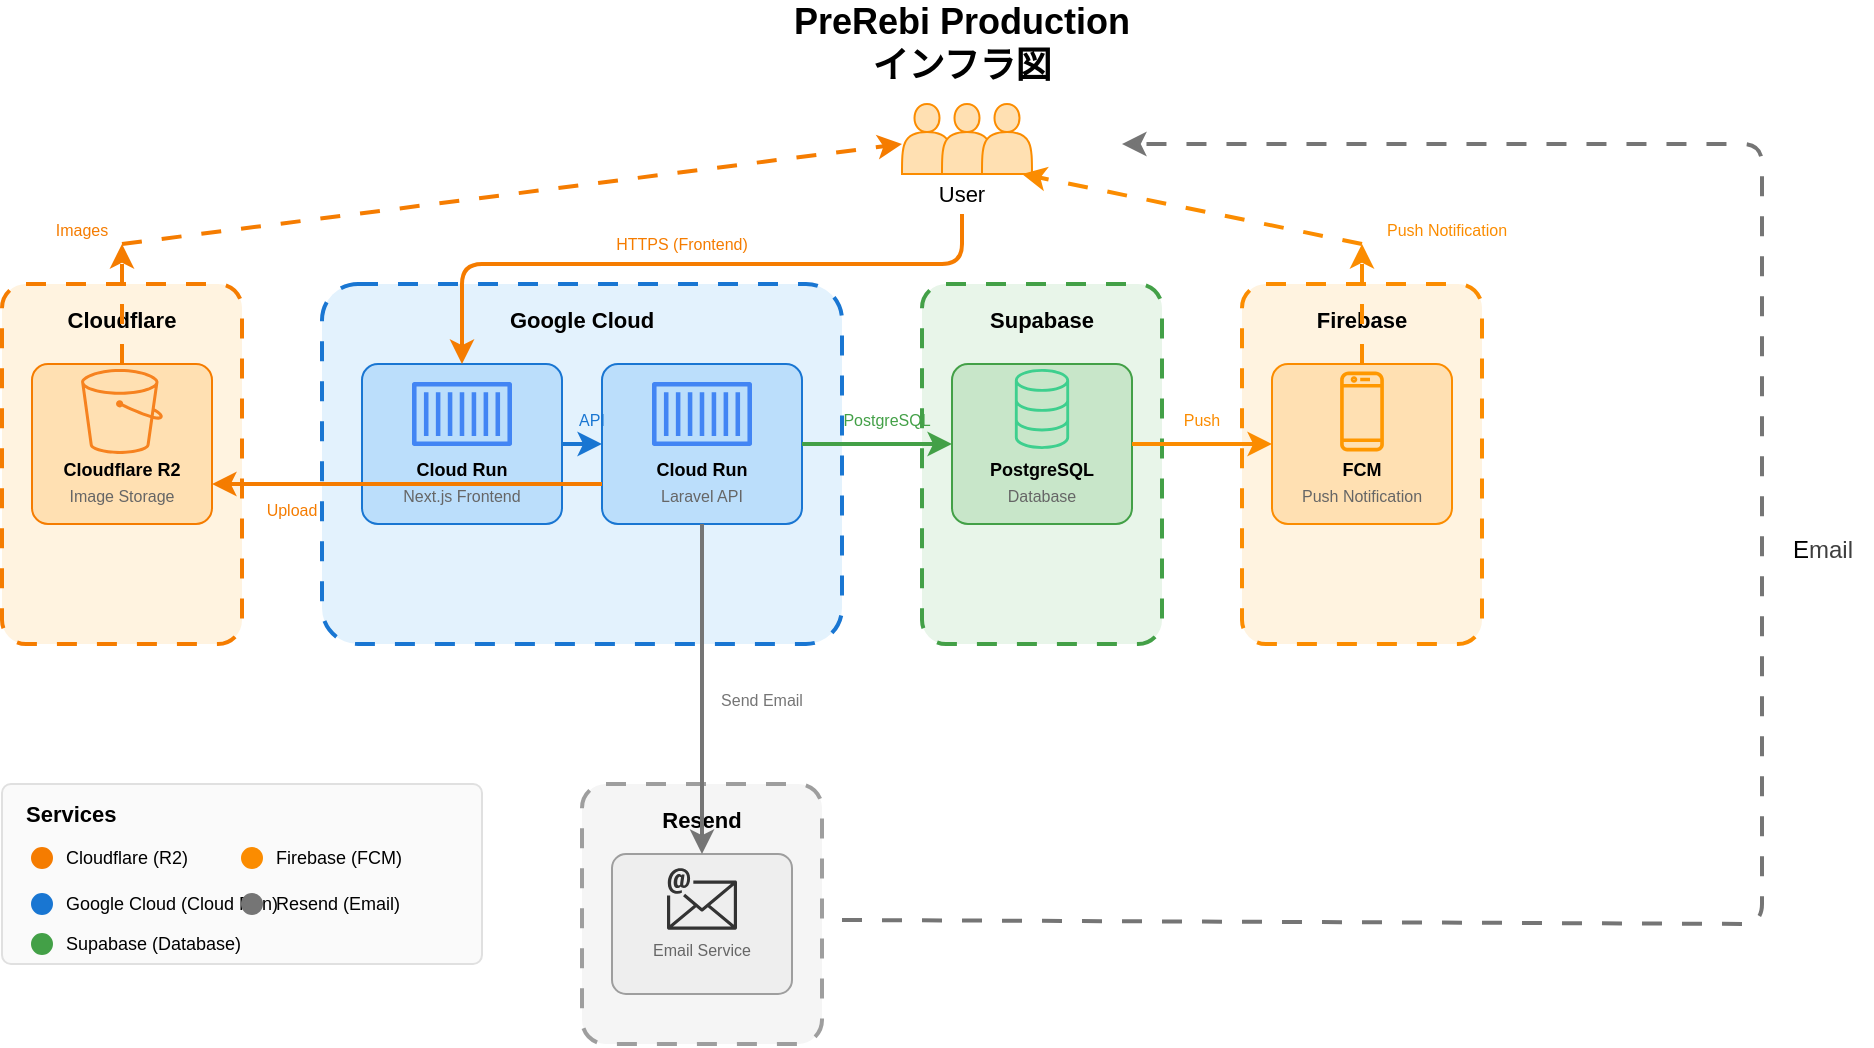
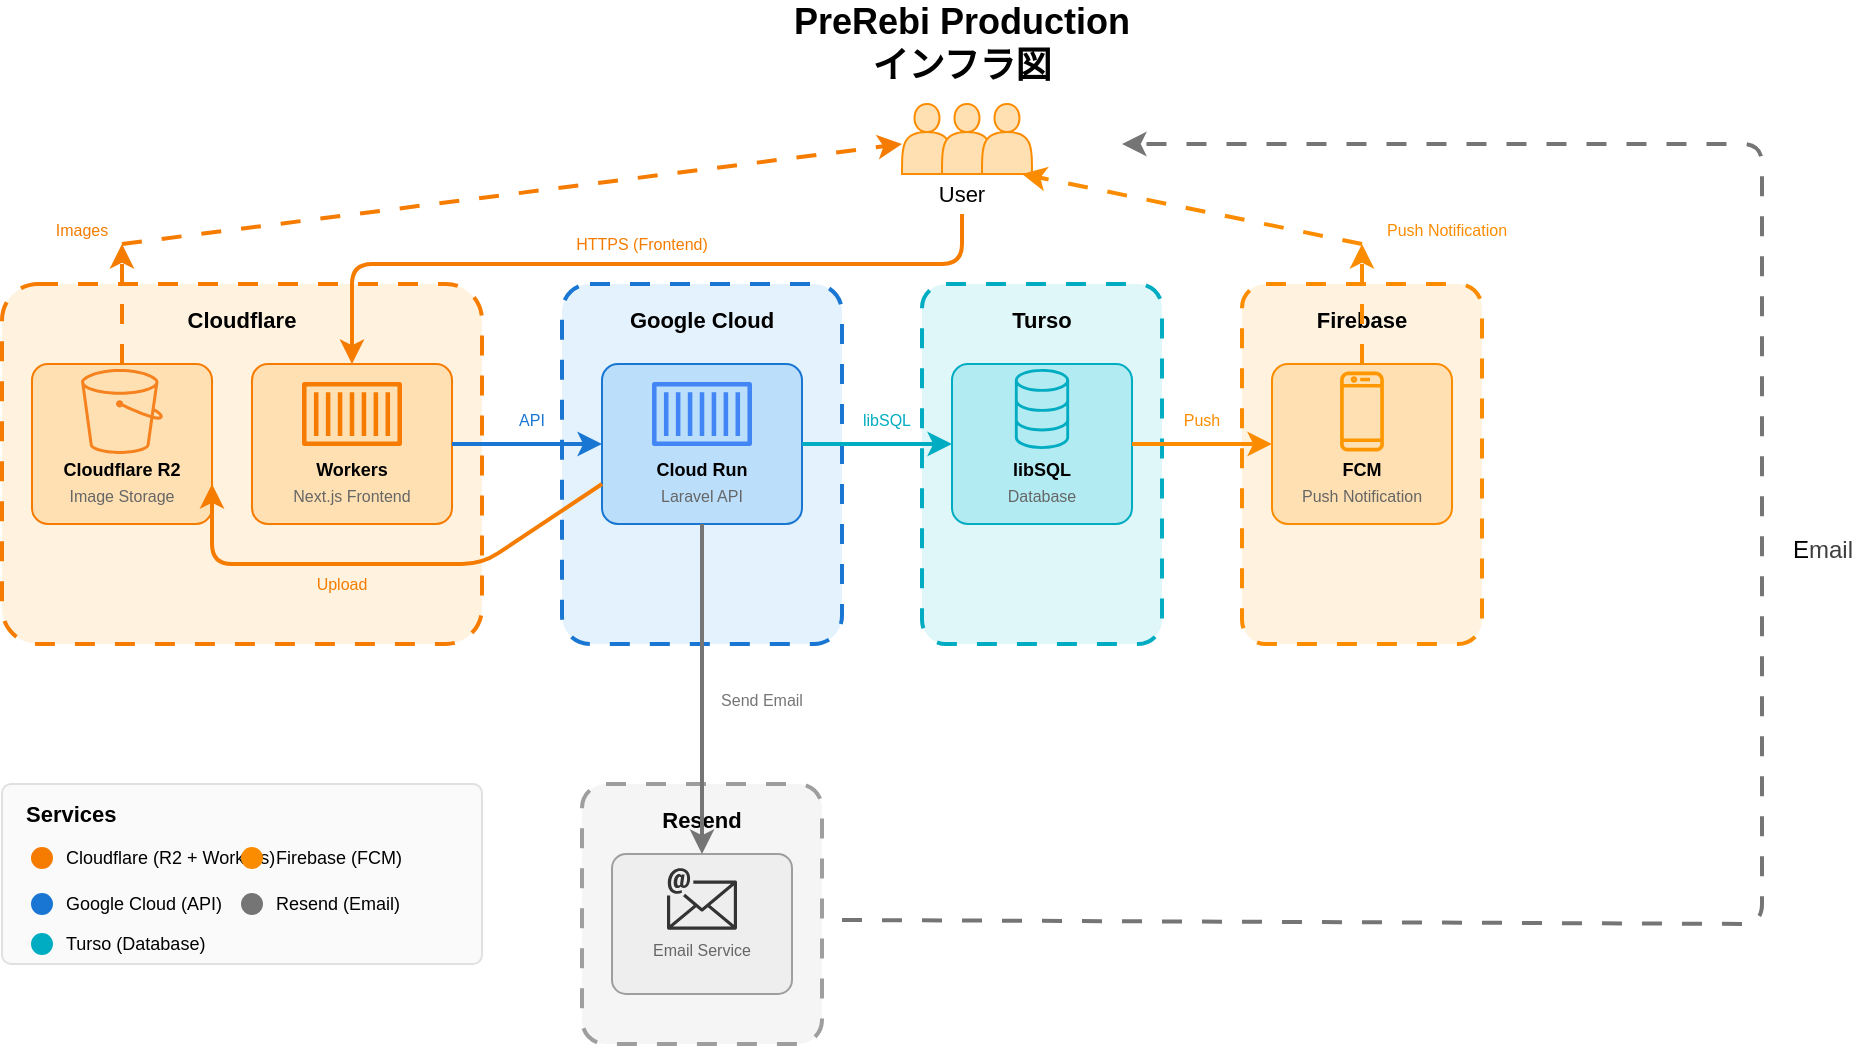
<mxfile host="65bd71144e">
    <diagram id="infra-diagram" name="本番インフラ図">
        <mxGraphModel dx="1551" dy="656" grid="1" gridSize="10" guides="1" tooltips="1" connect="1" arrows="1" fold="1" page="1" pageScale="1" pageWidth="1100" pageHeight="700" background="#ffffff" math="0" shadow="0">
            <root>
                <mxCell id="0"/>
                <mxCell id="1" parent="0"/>
                <mxCell id="title" value="PreRebi Production&#xa;インフラ図" style="text;html=1;strokeColor=none;fillColor=none;align=center;verticalAlign=middle;whiteSpace=wrap;rounded=0;fontSize=18;fontStyle=1;" parent="1" vertex="1">
                    <mxGeometry x="420" y="10" width="200" height="40" as="geometry"/>
                </mxCell>
                <mxCell id="user1" value="" style="shape=actor;whiteSpace=wrap;html=1;fillColor=#FFE0B2;strokeColor=#FB8C00;" vertex="1" parent="1">
                    <mxGeometry x="490" y="60" width="25" height="35" as="geometry"/>
                </mxCell>
                <mxCell id="user2" value="" style="shape=actor;whiteSpace=wrap;html=1;fillColor=#FFE0B2;strokeColor=#FB8C00;" vertex="1" parent="1">
                    <mxGeometry x="510" y="60" width="25" height="35" as="geometry"/>
                </mxCell>
                <mxCell id="user3" value="" style="shape=actor;whiteSpace=wrap;html=1;fillColor=#FFE0B2;strokeColor=#FB8C00;" vertex="1" parent="1">
                    <mxGeometry x="530" y="60" width="25" height="35" as="geometry"/>
                </mxCell>
                <mxCell id="user_label" value="User" style="text;html=1;strokeColor=none;fillColor=none;align=center;verticalAlign=middle;whiteSpace=wrap;rounded=0;fontSize=11;" parent="1" vertex="1">
                    <mxGeometry x="495" y="95" width="50" height="20" as="geometry"/>
                </mxCell>
                <mxCell id="cloudflare_boundary" value="Cloudflare" style="rounded=1;whiteSpace=wrap;html=1;fillColor=#FFF3E0;strokeColor=#F57C00;strokeWidth=2;dashed=1;dashPattern=5 5;verticalAlign=top;fontStyle=1;fontSize=11;spacingTop=5;arcSize=10;" parent="1" vertex="1">
-                     <mxGeometry x="40" y="150" width="120" height="180" as="geometry"/>
+                     <mxGeometry x="40" y="150" width="240" height="180" as="geometry"/>
                </mxCell>
                <mxCell id="r2_box" value="" style="rounded=1;whiteSpace=wrap;html=1;fillColor=#FFE0B2;strokeColor=#F57C00;arcSize=10;" vertex="1" parent="1">
                    <mxGeometry x="55" y="190" width="90" height="80" as="geometry"/>
                </mxCell>
                <mxCell id="r2_label1" value="Cloudflare R2" style="text;html=1;strokeColor=none;fillColor=none;align=center;verticalAlign=middle;whiteSpace=wrap;rounded=0;fontSize=9;fontStyle=1;" vertex="1" parent="1">
                    <mxGeometry x="55" y="235" width="90" height="15" as="geometry"/>
                </mxCell>
                <mxCell id="r2_label2" value="Image Storage" style="text;html=1;strokeColor=none;fillColor=none;align=center;verticalAlign=middle;whiteSpace=wrap;rounded=0;fontSize=8;fontColor=#666666;" vertex="1" parent="1">
                    <mxGeometry x="55" y="248" width="90" height="15" as="geometry"/>
                </mxCell>
+                 <mxCell id="next_box" value="" style="rounded=1;whiteSpace=wrap;html=1;fillColor=#FFE0B2;strokeColor=#F57C00;arcSize=10;" vertex="1" parent="1">
+                     <mxGeometry x="165" y="190" width="100" height="80" as="geometry"/>
+                 </mxCell>
+                 <mxCell id="next_label1" value="Workers" style="text;html=1;strokeColor=none;fillColor=none;align=center;verticalAlign=middle;whiteSpace=wrap;rounded=0;fontSize=9;fontStyle=1;" vertex="1" parent="1">
+                     <mxGeometry x="165" y="235" width="100" height="15" as="geometry"/>
+                 </mxCell>
+                 <mxCell id="next_label2" value="Next.js Frontend" style="text;html=1;strokeColor=none;fillColor=none;align=center;verticalAlign=middle;whiteSpace=wrap;rounded=0;fontSize=8;fontColor=#666666;" vertex="1" parent="1">
+                     <mxGeometry x="165" y="248" width="100" height="15" as="geometry"/>
+                 </mxCell>
                <mxCell id="gcp_boundary" value="Google Cloud" style="rounded=1;whiteSpace=wrap;html=1;fillColor=#E3F2FD;strokeColor=#1976D2;strokeWidth=2;dashed=1;dashPattern=5 5;verticalAlign=top;fontStyle=1;fontSize=11;spacingTop=5;arcSize=10;" parent="1" vertex="1">
-                     <mxGeometry x="200" y="150" width="260" height="180" as="geometry"/>
-                 </mxCell>
-                 <mxCell id="next_box" value="" style="rounded=1;whiteSpace=wrap;html=1;fillColor=#BBDEFB;strokeColor=#1976D2;arcSize=10;" vertex="1" parent="1">
-                     <mxGeometry x="220" y="190" width="100" height="80" as="geometry"/>
-                 </mxCell>
-                 <mxCell id="next_label1" value="Cloud Run" style="text;html=1;strokeColor=none;fillColor=none;align=center;verticalAlign=middle;whiteSpace=wrap;rounded=0;fontSize=9;fontStyle=1;" vertex="1" parent="1">
-                     <mxGeometry x="220" y="235" width="100" height="15" as="geometry"/>
-                 </mxCell>
-                 <mxCell id="next_label2" value="Next.js Frontend" style="text;html=1;strokeColor=none;fillColor=none;align=center;verticalAlign=middle;whiteSpace=wrap;rounded=0;fontSize=8;fontColor=#666666;" vertex="1" parent="1">
-                     <mxGeometry x="220" y="248" width="100" height="15" as="geometry"/>
+                     <mxGeometry x="320" y="150" width="140" height="180" as="geometry"/>
                </mxCell>
                <mxCell id="api_box" value="" style="rounded=1;whiteSpace=wrap;html=1;fillColor=#BBDEFB;strokeColor=#1976D2;arcSize=10;" vertex="1" parent="1">
                    <mxGeometry x="340" y="190" width="100" height="80" as="geometry"/>
                </mxCell>
                <mxCell id="api_label1" value="Cloud Run" style="text;html=1;strokeColor=none;fillColor=none;align=center;verticalAlign=middle;whiteSpace=wrap;rounded=0;fontSize=9;fontStyle=1;" vertex="1" parent="1">
                    <mxGeometry x="340" y="235" width="100" height="15" as="geometry"/>
                </mxCell>
                <mxCell id="api_label2" value="Laravel API" style="text;html=1;strokeColor=none;fillColor=none;align=center;verticalAlign=middle;whiteSpace=wrap;rounded=0;fontSize=8;fontColor=#666666;" vertex="1" parent="1">
                    <mxGeometry x="340" y="248" width="100" height="15" as="geometry"/>
                </mxCell>
-                 <mxCell id="supabase_boundary" value="Supabase" style="rounded=1;whiteSpace=wrap;html=1;fillColor=#E8F5E9;strokeColor=#43A047;strokeWidth=2;dashed=1;dashPattern=5 5;verticalAlign=top;fontStyle=1;fontSize=11;spacingTop=5;arcSize=10;" parent="1" vertex="1">
+                 <mxCell id="turso_boundary" value="Turso" style="rounded=1;whiteSpace=wrap;html=1;fillColor=#E0F7FA;strokeColor=#00ACC1;strokeWidth=2;dashed=1;dashPattern=5 5;verticalAlign=top;fontStyle=1;fontSize=11;spacingTop=5;arcSize=10;" parent="1" vertex="1">
                    <mxGeometry x="500" y="150" width="120" height="180" as="geometry"/>
                </mxCell>
-                 <mxCell id="postgres_box" value="" style="rounded=1;whiteSpace=wrap;html=1;fillColor=#C8E6C9;strokeColor=#43A047;arcSize=10;" vertex="1" parent="1">
+                 <mxCell id="libsql_box" value="" style="rounded=1;whiteSpace=wrap;html=1;fillColor=#B2EBF2;strokeColor=#00ACC1;arcSize=10;" vertex="1" parent="1">
                    <mxGeometry x="515" y="190" width="90" height="80" as="geometry"/>
                </mxCell>
-                 <mxCell id="postgres_label1" value="PostgreSQL" style="text;html=1;strokeColor=none;fillColor=none;align=center;verticalAlign=middle;whiteSpace=wrap;rounded=0;fontSize=9;fontStyle=1;" vertex="1" parent="1">
+                 <mxCell id="libsql_label1" value="libSQL" style="text;html=1;strokeColor=none;fillColor=none;align=center;verticalAlign=middle;whiteSpace=wrap;rounded=0;fontSize=9;fontStyle=1;" vertex="1" parent="1">
                    <mxGeometry x="515" y="235" width="90" height="15" as="geometry"/>
                </mxCell>
-                 <mxCell id="postgres_label2" value="Database" style="text;html=1;strokeColor=none;fillColor=none;align=center;verticalAlign=middle;whiteSpace=wrap;rounded=0;fontSize=8;fontColor=#666666;" vertex="1" parent="1">
+                 <mxCell id="libsql_label2" value="Database" style="text;html=1;strokeColor=none;fillColor=none;align=center;verticalAlign=middle;whiteSpace=wrap;rounded=0;fontSize=8;fontColor=#666666;" vertex="1" parent="1">
                    <mxGeometry x="515" y="248" width="90" height="15" as="geometry"/>
                </mxCell>
                <mxCell id="firebase_boundary" value="Firebase" style="rounded=1;whiteSpace=wrap;html=1;fillColor=#FFF3E0;strokeColor=#FB8C00;strokeWidth=2;dashed=1;dashPattern=5 5;verticalAlign=top;fontStyle=1;fontSize=11;spacingTop=5;arcSize=10;" parent="1" vertex="1">
                    <mxGeometry x="660" y="150" width="120" height="180" as="geometry"/>
                </mxCell>
                <mxCell id="fcm_box" value="" style="rounded=1;whiteSpace=wrap;html=1;fillColor=#FFE0B2;strokeColor=#FB8C00;arcSize=10;" vertex="1" parent="1">
                    <mxGeometry x="675" y="190" width="90" height="80" as="geometry"/>
                </mxCell>
                <mxCell id="fcm_label1" value="FCM" style="text;html=1;strokeColor=none;fillColor=none;align=center;verticalAlign=middle;whiteSpace=wrap;rounded=0;fontSize=9;fontStyle=1;" vertex="1" parent="1">
                    <mxGeometry x="675" y="235" width="90" height="15" as="geometry"/>
                </mxCell>
                <mxCell id="fcm_label2" value="Push Notification" style="text;html=1;strokeColor=none;fillColor=none;align=center;verticalAlign=middle;whiteSpace=wrap;rounded=0;fontSize=8;fontColor=#666666;" vertex="1" parent="1">
                    <mxGeometry x="675" y="248" width="90" height="15" as="geometry"/>
                </mxCell>
                <mxCell id="resend_boundary" value="Resend" style="rounded=1;whiteSpace=wrap;html=1;fillColor=#F5F5F5;strokeColor=#9E9E9E;strokeWidth=2;dashed=1;dashPattern=5 5;verticalAlign=top;fontStyle=1;fontSize=11;spacingTop=5;arcSize=10;" vertex="1" parent="1">
                    <mxGeometry x="330" y="400" width="120" height="130" as="geometry"/>
                </mxCell>
                <mxCell id="resend_box" value="" style="rounded=1;whiteSpace=wrap;html=1;fillColor=#EEEEEE;strokeColor=#9E9E9E;arcSize=10;" parent="1" vertex="1">
                    <mxGeometry x="345" y="435" width="90" height="70" as="geometry"/>
                </mxCell>
                <mxCell id="resend_label" value="Email Service" style="text;html=1;strokeColor=none;fillColor=none;align=center;verticalAlign=middle;whiteSpace=wrap;rounded=0;fontSize=8;fontColor=#666666;" parent="1" vertex="1">
                    <mxGeometry x="345" y="475" width="90" height="15" as="geometry"/>
                </mxCell>
                <mxCell id="arrow1" style="endArrow=classic;html=1;strokeWidth=2;strokeColor=#F57C00;exitX=0.5;exitY=1;exitDx=0;exitDy=0;" edge="1" parent="1">
                    <mxGeometry width="50" height="50" relative="1" as="geometry">
                        <mxPoint x="520" y="115" as="sourcePoint"/>
-                         <mxPoint x="270" y="190" as="targetPoint"/>
+                         <mxPoint x="215" y="190" as="targetPoint"/>
                        <Array as="points">
                            <mxPoint x="520" y="140"/>
-                             <mxPoint x="270" y="140"/>
+                             <mxPoint x="215" y="140"/>
                        </Array>
                    </mxGeometry>
                </mxCell>
                <mxCell id="arrow1_label" value="HTTPS (Frontend)" style="text;html=1;strokeColor=none;fillColor=none;align=center;verticalAlign=middle;whiteSpace=wrap;rounded=0;fontSize=8;fontColor=#F57C00;" vertex="1" parent="1">
-                     <mxGeometry x="340" y="122" width="80" height="15" as="geometry"/>
+                     <mxGeometry x="320" y="122" width="80" height="15" as="geometry"/>
                </mxCell>
                <mxCell id="arrow2" style="endArrow=classic;html=1;strokeWidth=2;strokeColor=#1976D2;" edge="1" parent="1">
                    <mxGeometry width="50" height="50" relative="1" as="geometry">
-                         <mxPoint x="320" y="230" as="sourcePoint"/>
+                         <mxPoint x="265" y="230" as="sourcePoint"/>
                        <mxPoint x="340" y="230" as="targetPoint"/>
                    </mxGeometry>
                </mxCell>
                <mxCell id="arrow2_label" value="API" style="text;html=1;strokeColor=none;fillColor=none;align=center;verticalAlign=middle;whiteSpace=wrap;rounded=0;fontSize=8;fontColor=#1976D2;" vertex="1" parent="1">
-                     <mxGeometry x="320" y="210" width="30" height="15" as="geometry"/>
-                 </mxCell>
-                 <mxCell id="arrow3" style="endArrow=classic;html=1;strokeWidth=2;strokeColor=#43A047;" edge="1" parent="1">
+                     <mxGeometry x="290" y="210" width="30" height="15" as="geometry"/>
+                 </mxCell>
+                 <mxCell id="arrow3" style="endArrow=classic;html=1;strokeWidth=2;strokeColor=#00ACC1;" edge="1" parent="1">
                    <mxGeometry width="50" height="50" relative="1" as="geometry">
                        <mxPoint x="440" y="230" as="sourcePoint"/>
                        <mxPoint x="515" y="230" as="targetPoint"/>
                    </mxGeometry>
                </mxCell>
-                 <mxCell id="arrow3_label" value="PostgreSQL" style="text;html=1;strokeColor=none;fillColor=none;align=center;verticalAlign=middle;whiteSpace=wrap;rounded=0;fontSize=8;fontColor=#43A047;" vertex="1" parent="1">
+                 <mxCell id="arrow3_label" value="libSQL" style="text;html=1;strokeColor=none;fillColor=none;align=center;verticalAlign=middle;whiteSpace=wrap;rounded=0;fontSize=8;fontColor=#00ACC1;" vertex="1" parent="1">
                    <mxGeometry x="455" y="210" width="55" height="15" as="geometry"/>
                </mxCell>
                <mxCell id="arrow4" style="endArrow=classic;html=1;strokeWidth=2;strokeColor=#FB8C00;" edge="1" parent="1">
                    <mxGeometry width="50" height="50" relative="1" as="geometry">
                        <mxPoint x="605" y="230" as="sourcePoint"/>
                        <mxPoint x="675" y="230" as="targetPoint"/>
                    </mxGeometry>
                </mxCell>
                <mxCell id="arrow4_label" value="Push" style="text;html=1;strokeColor=none;fillColor=none;align=center;verticalAlign=middle;whiteSpace=wrap;rounded=0;fontSize=8;fontColor=#FB8C00;" vertex="1" parent="1">
                    <mxGeometry x="625" y="210" width="30" height="15" as="geometry"/>
                </mxCell>
                <mxCell id="arrow6" style="endArrow=classic;html=1;strokeWidth=2;strokeColor=#FB8C00;dashed=1;dashPattern=5 5;" edge="1" parent="1">
                    <mxGeometry width="50" height="50" relative="1" as="geometry">
                        <mxPoint x="720" y="190" as="sourcePoint"/>
                        <mxPoint x="720" y="130" as="targetPoint"/>
                    </mxGeometry>
                </mxCell>
                <mxCell id="arrow6a" style="endArrow=classic;html=1;strokeWidth=2;strokeColor=#FB8C00;dashed=1;dashPattern=5 5;" edge="1" parent="1">
                    <mxGeometry width="50" height="50" relative="1" as="geometry">
                        <mxPoint x="720" y="130" as="sourcePoint"/>
                        <mxPoint x="550" y="95" as="targetPoint"/>
                    </mxGeometry>
                </mxCell>
                <mxCell id="arrow6_label" value="Push Notification" style="text;html=1;strokeColor=none;fillColor=none;align=center;verticalAlign=middle;whiteSpace=wrap;rounded=0;fontSize=8;fontColor=#FB8C00;" vertex="1" parent="1">
                    <mxGeometry x="725" y="115" width="75" height="15" as="geometry"/>
                </mxCell>
                <mxCell id="arrow7" style="endArrow=classic;html=1;strokeWidth=2;strokeColor=#F57C00;" edge="1" parent="1">
                    <mxGeometry width="50" height="50" relative="1" as="geometry">
                        <mxPoint x="340" y="250" as="sourcePoint"/>
                        <mxPoint x="145" y="250" as="targetPoint"/>
                        <Array as="points">
-                             <mxPoint x="180" y="250"/>
+                             <mxPoint x="280" y="290"/>
+                             <mxPoint x="145" y="290"/>
                        </Array>
                    </mxGeometry>
                </mxCell>
                <mxCell id="arrow7_label" value="Upload" style="text;html=1;strokeColor=none;fillColor=none;align=center;verticalAlign=middle;whiteSpace=wrap;rounded=0;fontSize=8;fontColor=#F57C00;" vertex="1" parent="1">
-                     <mxGeometry x="165" y="255" width="40" height="15" as="geometry"/>
+                     <mxGeometry x="190" y="292" width="40" height="15" as="geometry"/>
                </mxCell>
                <mxCell id="arrow8" style="endArrow=classic;html=1;strokeWidth=2;strokeColor=#F57C00;dashed=1;dashPattern=5 5;" edge="1" parent="1">
                    <mxGeometry width="50" height="50" relative="1" as="geometry">
                        <mxPoint x="100" y="190" as="sourcePoint"/>
                        <mxPoint x="100" y="130" as="targetPoint"/>
                    </mxGeometry>
                </mxCell>
                <mxCell id="arrow8a" style="endArrow=classic;html=1;strokeWidth=2;strokeColor=#F57C00;dashed=1;dashPattern=5 5;" edge="1" parent="1">
                    <mxGeometry width="50" height="50" relative="1" as="geometry">
                        <mxPoint x="100" y="130" as="sourcePoint"/>
                        <mxPoint x="490" y="80" as="targetPoint"/>
                    </mxGeometry>
                </mxCell>
                <mxCell id="arrow8_label" value="Images" style="text;html=1;strokeColor=none;fillColor=none;align=center;verticalAlign=middle;whiteSpace=wrap;rounded=0;fontSize=8;fontColor=#F57C00;" vertex="1" parent="1">
                    <mxGeometry x="60" y="115" width="40" height="15" as="geometry"/>
                </mxCell>
                <mxCell id="arrow9" style="endArrow=classic;html=1;strokeWidth=2;strokeColor=#757575;" edge="1" parent="1">
                    <mxGeometry width="50" height="50" relative="1" as="geometry">
                        <mxPoint x="390" y="270" as="sourcePoint"/>
                        <mxPoint x="390" y="435" as="targetPoint"/>
                    </mxGeometry>
                </mxCell>
                <mxCell id="arrow9_label" value="Send Email" style="text;html=1;strokeColor=none;fillColor=none;align=center;verticalAlign=middle;whiteSpace=wrap;rounded=0;fontSize=8;fontColor=#757575;" vertex="1" parent="1">
                    <mxGeometry x="395" y="350" width="50" height="15" as="geometry"/>
                </mxCell>
                <mxCell id="arrow10" style="endArrow=classic;html=1;strokeWidth=2;strokeColor=#757575;dashed=1;dashPattern=5 5;" edge="1" parent="1">
                    <mxGeometry width="50" height="50" relative="1" as="geometry">
                        <mxPoint x="460" y="468" as="sourcePoint"/>
                        <mxPoint x="600" y="80" as="targetPoint"/>
                        <Array as="points">
                            <mxPoint x="920" y="470"/>
                            <mxPoint x="920" y="400"/>
                            <mxPoint x="920" y="80"/>
                        </Array>
                    </mxGeometry>
                </mxCell>
                <mxCell id="legend_box" value="" style="rounded=1;whiteSpace=wrap;html=1;fillColor=#FAFAFA;strokeColor=#E0E0E0;arcSize=5;" vertex="1" parent="1">
                    <mxGeometry x="40" y="400" width="240" height="90" as="geometry"/>
                </mxCell>
                <mxCell id="legend_title" value="Services" style="text;html=1;strokeColor=none;fillColor=none;align=left;verticalAlign=middle;whiteSpace=wrap;rounded=0;fontSize=11;fontStyle=1;" vertex="1" parent="1">
                    <mxGeometry x="50" y="405" width="60" height="20" as="geometry"/>
                </mxCell>
                <mxCell id="leg_cf_dot" value="" style="ellipse;whiteSpace=wrap;html=1;fillColor=#F57C00;strokeColor=#F57C00;" vertex="1" parent="1">
                    <mxGeometry x="55" y="432" width="10" height="10" as="geometry"/>
                </mxCell>
-                 <mxCell id="leg_cf_text" value="Cloudflare (R2)" style="text;html=1;strokeColor=none;fillColor=none;align=left;verticalAlign=middle;whiteSpace=wrap;rounded=0;fontSize=9;" vertex="1" parent="1">
-                     <mxGeometry x="70" y="428" width="80" height="18" as="geometry"/>
+                 <mxCell id="leg_cf_text" value="Cloudflare (R2 + Workers)" style="text;html=1;strokeColor=none;fillColor=none;align=left;verticalAlign=middle;whiteSpace=wrap;rounded=0;fontSize=9;" vertex="1" parent="1">
+                     <mxGeometry x="70" y="428" width="110" height="18" as="geometry"/>
                </mxCell>
                <mxCell id="leg_fb_dot" value="" style="ellipse;whiteSpace=wrap;html=1;fillColor=#FB8C00;strokeColor=#FB8C00;" vertex="1" parent="1">
                    <mxGeometry x="160" y="432" width="10" height="10" as="geometry"/>
                </mxCell>
                <mxCell id="leg_fb_text" value="Firebase (FCM)" style="text;html=1;strokeColor=none;fillColor=none;align=left;verticalAlign=middle;whiteSpace=wrap;rounded=0;fontSize=9;" vertex="1" parent="1">
                    <mxGeometry x="175" y="428" width="80" height="18" as="geometry"/>
                </mxCell>
                <mxCell id="leg_gcp_dot" value="" style="ellipse;whiteSpace=wrap;html=1;fillColor=#1976D2;strokeColor=#1976D2;" vertex="1" parent="1">
                    <mxGeometry x="55" y="455" width="10" height="10" as="geometry"/>
                </mxCell>
-                 <mxCell id="leg_gcp_text" value="Google Cloud (Cloud Run)" style="text;html=1;strokeColor=none;fillColor=none;align=left;verticalAlign=middle;whiteSpace=wrap;rounded=0;fontSize=9;" vertex="1" parent="1">
-                     <mxGeometry x="70" y="451" width="120" height="18" as="geometry"/>
+                 <mxCell id="leg_gcp_text" value="Google Cloud (API)" style="text;html=1;strokeColor=none;fillColor=none;align=left;verticalAlign=middle;whiteSpace=wrap;rounded=0;fontSize=9;" vertex="1" parent="1">
+                     <mxGeometry x="70" y="451" width="90" height="18" as="geometry"/>
                </mxCell>
                <mxCell id="leg_rs_dot" value="" style="ellipse;whiteSpace=wrap;html=1;fillColor=#757575;strokeColor=#757575;" vertex="1" parent="1">
                    <mxGeometry x="160" y="455" width="10" height="10" as="geometry"/>
                </mxCell>
                <mxCell id="leg_rs_text" value="Resend (Email)" style="text;html=1;strokeColor=none;fillColor=none;align=left;verticalAlign=middle;whiteSpace=wrap;rounded=0;fontSize=9;" vertex="1" parent="1">
                    <mxGeometry x="175" y="451" width="80" height="18" as="geometry"/>
                </mxCell>
-                 <mxCell id="leg_sb_dot" value="" style="ellipse;whiteSpace=wrap;html=1;fillColor=#43A047;strokeColor=#43A047;" vertex="1" parent="1">
+                 <mxCell id="leg_turso_dot" value="" style="ellipse;whiteSpace=wrap;html=1;fillColor=#00ACC1;strokeColor=#00ACC1;" vertex="1" parent="1">
                    <mxGeometry x="55" y="475" width="10" height="10" as="geometry"/>
                </mxCell>
-                 <mxCell id="leg_sb_text" value="Supabase (Database)" style="text;html=1;strokeColor=none;fillColor=none;align=left;verticalAlign=middle;whiteSpace=wrap;rounded=0;fontSize=9;" vertex="1" parent="1">
+                 <mxCell id="leg_turso_text" value="Turso (Database)" style="text;html=1;strokeColor=none;fillColor=none;align=left;verticalAlign=middle;whiteSpace=wrap;rounded=0;fontSize=9;" vertex="1" parent="1">
                    <mxGeometry x="70" y="471" width="100" height="18" as="geometry"/>
                </mxCell>
                <mxCell id="3" value="" style="sketch=0;outlineConnect=0;fontColor=#232F3E;gradientColor=none;fillColor=#F6821F;strokeColor=none;dashed=0;verticalLabelPosition=bottom;verticalAlign=top;align=center;html=1;fontSize=12;fontStyle=0;aspect=fixed;pointerEvents=1;shape=mxgraph.aws4.s3;" vertex="1" parent="1">
                    <mxGeometry x="78.75" y="192.5" width="42.5" height="42.5" as="geometry"/>
                </mxCell>
-                 <mxCell id="4" value="" style="sketch=0;outlineConnect=0;fontColor=#232F3E;gradientColor=none;fillColor=#4285F4;strokeColor=none;dashed=0;verticalLabelPosition=bottom;verticalAlign=top;align=center;html=1;fontSize=12;fontStyle=0;aspect=fixed;pointerEvents=1;shape=mxgraph.aws4.container_1;" vertex="1" parent="1">
-                     <mxGeometry x="245" y="190" width="50" height="50" as="geometry"/>
+                 <mxCell id="4" value="" style="sketch=0;outlineConnect=0;fontColor=#232F3E;gradientColor=none;fillColor=#F57C00;strokeColor=none;dashed=0;verticalLabelPosition=bottom;verticalAlign=top;align=center;html=1;fontSize=12;fontStyle=0;aspect=fixed;pointerEvents=1;shape=mxgraph.aws4.container_1;" vertex="1" parent="1">
+                     <mxGeometry x="190" y="190" width="50" height="50" as="geometry"/>
                </mxCell>
                <mxCell id="5" value="" style="sketch=0;outlineConnect=0;fontColor=#232F3E;gradientColor=none;fillColor=#4285F4;strokeColor=none;dashed=0;verticalLabelPosition=bottom;verticalAlign=top;align=center;html=1;fontSize=12;fontStyle=0;aspect=fixed;pointerEvents=1;shape=mxgraph.aws4.container_1;" vertex="1" parent="1">
                    <mxGeometry x="365" y="190" width="50" height="50" as="geometry"/>
                </mxCell>
-                 <mxCell id="6" value="" style="sketch=0;outlineConnect=0;fontColor=#232F3E;gradientColor=none;fillColor=#3ECF8E;strokeColor=none;dashed=0;verticalLabelPosition=bottom;verticalAlign=top;align=center;html=1;fontSize=12;fontStyle=0;aspect=fixed;pointerEvents=1;shape=mxgraph.aws4.database;" vertex="1" parent="1">
+                 <mxCell id="6" value="" style="sketch=0;outlineConnect=0;fontColor=#232F3E;gradientColor=none;fillColor=#00ACC1;strokeColor=none;dashed=0;verticalLabelPosition=bottom;verticalAlign=top;align=center;html=1;fontSize=12;fontStyle=0;aspect=fixed;pointerEvents=1;shape=mxgraph.aws4.database;" vertex="1" parent="1">
                    <mxGeometry x="540" y="192.5" width="40" height="40" as="geometry"/>
                </mxCell>
                <mxCell id="7" value="" style="sketch=0;outlineConnect=0;fontColor=#232F3E;gradientColor=none;fillColor=#FF9800;strokeColor=none;dashed=0;verticalLabelPosition=bottom;verticalAlign=top;align=center;html=1;fontSize=12;fontStyle=0;aspect=fixed;pointerEvents=1;shape=mxgraph.aws4.mobile_client;" vertex="1" parent="1">
                    <mxGeometry x="700" y="193.75" width="40" height="40" as="geometry"/>
                </mxCell>
                <mxCell id="8" value="" style="sketch=0;outlineConnect=0;fontColor=#232F3E;gradientColor=none;fillColor=#333333;strokeColor=none;dashed=0;verticalLabelPosition=bottom;verticalAlign=top;align=center;html=1;fontSize=12;fontStyle=0;aspect=fixed;pointerEvents=1;shape=mxgraph.aws4.email;" vertex="1" parent="1">
                    <mxGeometry x="372.5" y="440" width="35" height="35" as="geometry"/>
                </mxCell>
                <mxCell id="10" value="E&lt;span style=&quot;color: rgb(63, 63, 63); background-color: transparent;&quot;&gt;mail&lt;/span&gt;" style="text;html=1;align=center;verticalAlign=middle;resizable=0;points=[];autosize=1;strokeColor=none;fillColor=none;" vertex="1" parent="1">
                    <mxGeometry x="925" y="268" width="50" height="30" as="geometry"/>
                </mxCell>
            </root>
        </mxGraphModel>
    </diagram>
</mxfile>